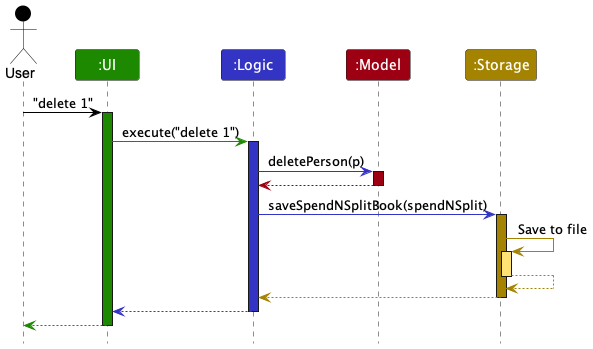
Above: docs/images/ArchitectureSequenceDiagram.png in wui-hong/tp (PlantUML), before the change. Source of this version:
```plantuml
@startuml
!include style.puml
skinparam ArrowFontStyle plain

Actor User as user USER_COLOR
Participant ":UI" as ui UI_COLOR
Participant ":Logic" as logic LOGIC_COLOR
Participant ":Model" as model MODEL_COLOR
Participant ":Storage" as storage STORAGE_COLOR

user -[USER_COLOR]> ui : "delete 1"
activate ui UI_COLOR

ui -[UI_COLOR]> logic : execute("delete 1")
activate logic LOGIC_COLOR

logic -[LOGIC_COLOR]> model : deletePerson(p)
activate model MODEL_COLOR

model -[MODEL_COLOR]-> logic
deactivate model

logic -[LOGIC_COLOR]> storage : saveSpendNSplitBook(spendNSplit)
activate storage STORAGE_COLOR

storage -[STORAGE_COLOR]> storage : Save to file
activate storage STORAGE_COLOR_T1
storage --[STORAGE_COLOR]> storage
deactivate storage

storage --[STORAGE_COLOR]> logic
deactivate storage

logic --[LOGIC_COLOR]> ui
deactivate logic

ui--[UI_COLOR]> user
deactivate ui
@enduml
```
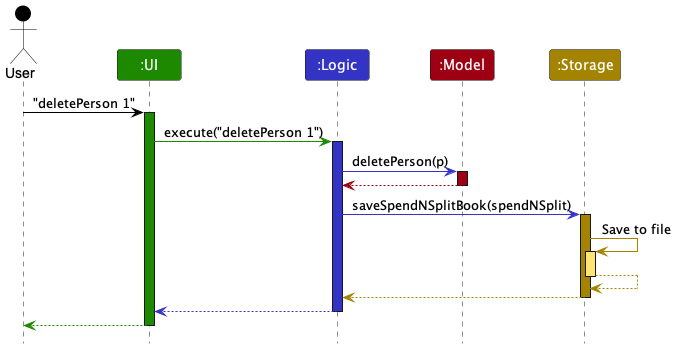
After the change.

What changed in the source:
```diff
@@ -8,10 +8,10 @@
 Participant ":Model" as model MODEL_COLOR
 Participant ":Storage" as storage STORAGE_COLOR
 
-user -[USER_COLOR]> ui : "delete 1"
+user -[USER_COLOR]> ui : "deletePerson 1"
 activate ui UI_COLOR
 
-ui -[UI_COLOR]> logic : execute("delete 1")
+ui -[UI_COLOR]> logic : execute("deletePerson 1")
 activate logic LOGIC_COLOR
 
 logic -[LOGIC_COLOR]> model : deletePerson(p)
```
